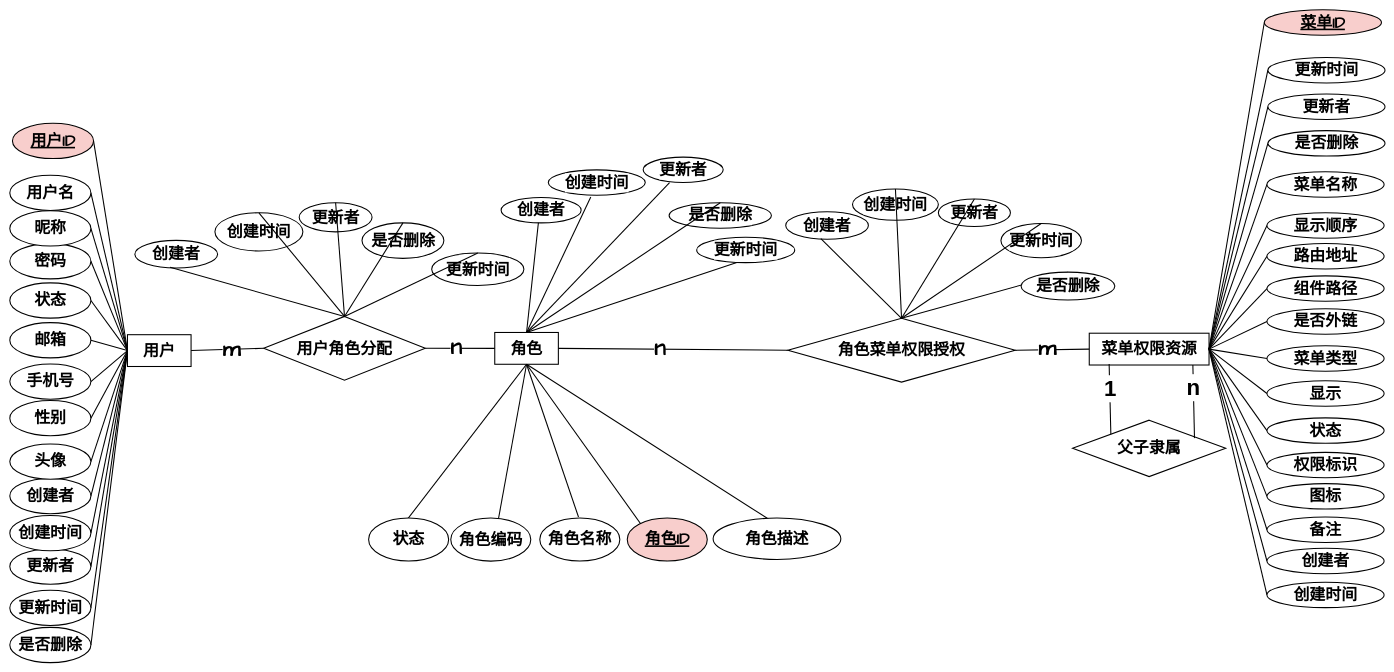
Earlier version of the draw.io diagram graph/权限模块ER图.drawio (zhangbird050801/bird-blog). Source tidied: cells renumbered, new cells numbered last; positions are measured from the earlier drawing's top-left corner, leaving out a move shared by most shapes. Both pictures are drawn from the tidied source at 53%, with x=0, y=0 at pixel (10, 10).
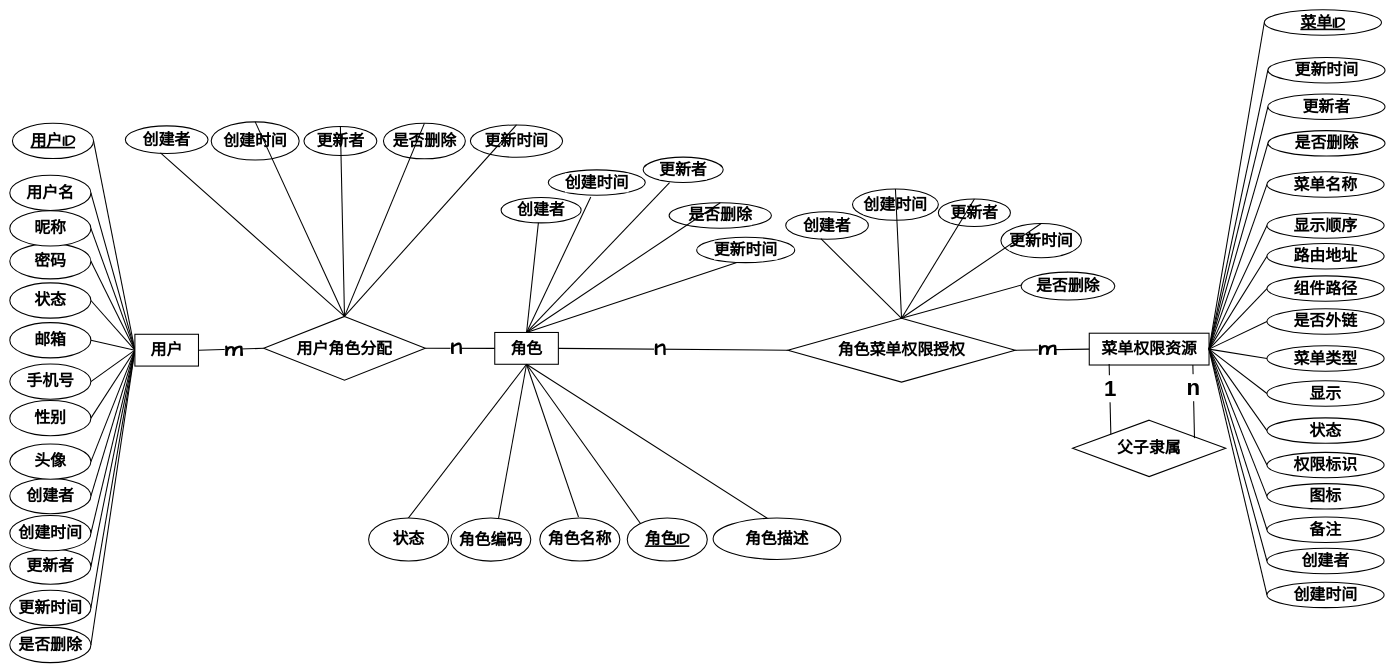
The same diagram, later.

Commit message (it also covers changes not shown here):
更新权限模块ER图.drawio

Change to the diagram source:
```diff
@@
     <mxCell id="20" value="用户" style="rounded=0;whiteSpace=wrap;html=1;fontSize=30;fontFamily=Comic Sans MS;fontStyle=1;strokeColor=default;strokeWidth=2;align=center;verticalAlign=middle;fontColor=default;labelBackgroundColor=default;" parent="1" vertex="1">
-      <mxGeometry x="222" y="613" width="120" height="60" as="geometry" />
+      <mxGeometry x="236" y="612.2" width="120" height="60" as="geometry" />
     </mxCell>
-    <mxCell id="21" value="&lt;u&gt;用户ID&lt;/u&gt;" style="ellipse;whiteSpace=wrap;html=1;fillColor=#f8cecc;strokeColor=default;fontSize=30;fontFamily=Comic Sans MS;fontStyle=1;rounded=0;strokeWidth=2;align=center;verticalAlign=middle;fontColor=default;labelBackgroundColor=none;" parent="1" vertex="1">
+    <mxCell id="21" value="&lt;u&gt;用户ID&lt;/u&gt;" style="ellipse;whiteSpace=wrap;html=1;fontSize=30;fontFamily=Comic Sans MS;fontStyle=1;rounded=0;strokeWidth=2;align=center;verticalAlign=middle;labelBackgroundColor=none;" parent="1" vertex="1">
       <mxGeometry x="5" y="214.2" width="153" height="66.5" as="geometry" />
     </mxCell>
@@
-    <mxCell id="39" value="&lt;u&gt;角色ID&lt;/u&gt;" style="ellipse;whiteSpace=wrap;html=1;flipV=1;flipH=1;fillColor=#f8cecc;strokeColor=default;fontSize=30;fontFamily=Comic Sans MS;fontStyle=1;rounded=0;strokeWidth=2;align=center;verticalAlign=middle;fontColor=default;labelBackgroundColor=none;" parent="1" vertex="1">
+    <mxCell id="39" value="&lt;u&gt;角色ID&lt;/u&gt;" style="ellipse;whiteSpace=wrap;html=1;flipV=1;flipH=1;fontSize=30;fontFamily=Comic Sans MS;fontStyle=1;rounded=0;strokeWidth=2;align=center;verticalAlign=middle;labelBackgroundColor=none;" parent="1" vertex="1">
       <mxGeometry x="1165" y="958.8" width="151" height="81.2" as="geometry" />
     </mxCell>
@@
-    <mxCell id="56" value="&lt;u&gt;菜单ID&lt;/u&gt;" style="ellipse;whiteSpace=wrap;html=1;fillColor=#f8cecc;strokeColor=default;fontSize=30;fontFamily=Comic Sans MS;fontStyle=1;rounded=0;strokeWidth=2;align=center;verticalAlign=middle;fontColor=default;labelBackgroundColor=none;" parent="1" vertex="1">
+    <mxCell id="56" value="&lt;u&gt;菜单ID&lt;/u&gt;" style="ellipse;whiteSpace=wrap;html=1;fontSize=30;fontFamily=Comic Sans MS;fontStyle=1;rounded=0;strokeWidth=2;align=center;verticalAlign=middle;labelBackgroundColor=none;" parent="1" vertex="1">
       <mxGeometry x="2367" width="221" height="48" as="geometry" />
     </mxCell>
@@
     <mxCell id="91" value="创建者" style="ellipse;whiteSpace=wrap;html=1;flipV=1;flipH=1;fontSize=30;fontFamily=Comic Sans MS;fontStyle=1;rounded=0;strokeColor=default;strokeWidth=2;align=center;verticalAlign=middle;fontColor=default;labelBackgroundColor=default;" parent="1" vertex="1">
-      <mxGeometry x="236" y="435" width="156" height="52" as="geometry" />
+      <mxGeometry x="218" y="219" width="156" height="52" as="geometry" />
     </mxCell>
@@
     <mxCell id="93" value="创建时间" style="ellipse;whiteSpace=wrap;html=1;flipV=1;flipH=1;fontSize=30;fontFamily=Comic Sans MS;fontStyle=1;rounded=0;strokeColor=default;strokeWidth=2;align=center;verticalAlign=middle;fontColor=default;labelBackgroundColor=default;" parent="1" vertex="1">
-      <mxGeometry x="387" y="383" width="166" height="72" as="geometry" />
+      <mxGeometry x="380" y="211.5" width="166" height="72" as="geometry" />
     </mxCell>
     <mxCell id="94" value="更新者" style="ellipse;whiteSpace=wrap;html=1;flipV=1;flipH=1;fontSize=30;fontFamily=Comic Sans MS;fontStyle=1;rounded=0;strokeColor=default;strokeWidth=2;align=center;verticalAlign=middle;fontColor=default;labelBackgroundColor=default;" parent="1" vertex="1">
-      <mxGeometry x="546" y="364" width="137.5" height="55" as="geometry" />
+      <mxGeometry x="555" y="220" width="137.5" height="55" as="geometry" />
     </mxCell>
     <mxCell id="95" value="是否删除" style="ellipse;whiteSpace=wrap;html=1;flipV=1;flipH=1;fontSize=30;fontFamily=Comic Sans MS;fontStyle=1;rounded=0;strokeColor=default;strokeWidth=2;align=center;verticalAlign=middle;fontColor=default;labelBackgroundColor=default;" parent="1" vertex="1">
-      <mxGeometry x="664.5" y="402" width="154.5" height="67" as="geometry" />
+      <mxGeometry x="705" y="214.2" width="154.5" height="67" as="geometry" />
     </mxCell>
     <mxCell id="96" value="更新时间" style="ellipse;whiteSpace=wrap;html=1;flipV=1;flipH=1;fontSize=30;fontFamily=Comic Sans MS;fontStyle=1;rounded=0;strokeColor=default;strokeWidth=2;align=center;verticalAlign=middle;fontColor=default;labelBackgroundColor=default;" parent="1" vertex="1">
-      <mxGeometry x="796" y="459" width="174" height="61" as="geometry" />
+      <mxGeometry x="869" y="217.2" width="174" height="61" as="geometry" />
     </mxCell>
```
